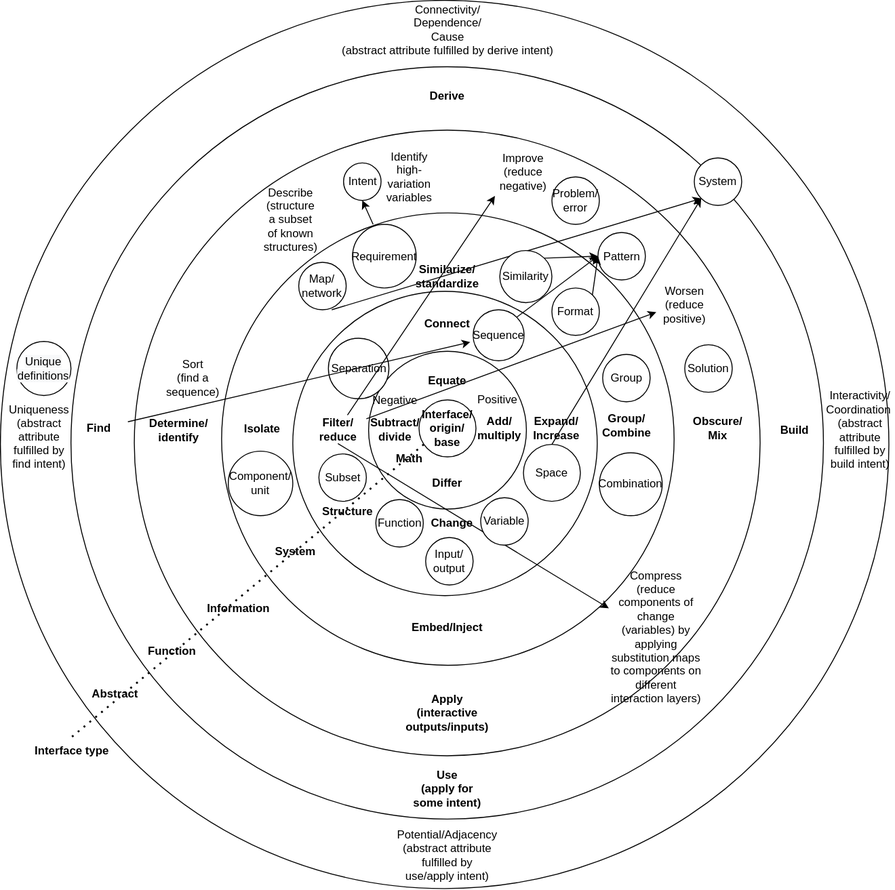
The draw.io diagram docs/objects/Interface_structure_system_diagram.svg in outdreamer/build-a-cure, before a commit. Source tidied: cells renumbered, new cells last; positions are measured from the earlier drawing's top-left corner, leaving out a move shared by most shapes.
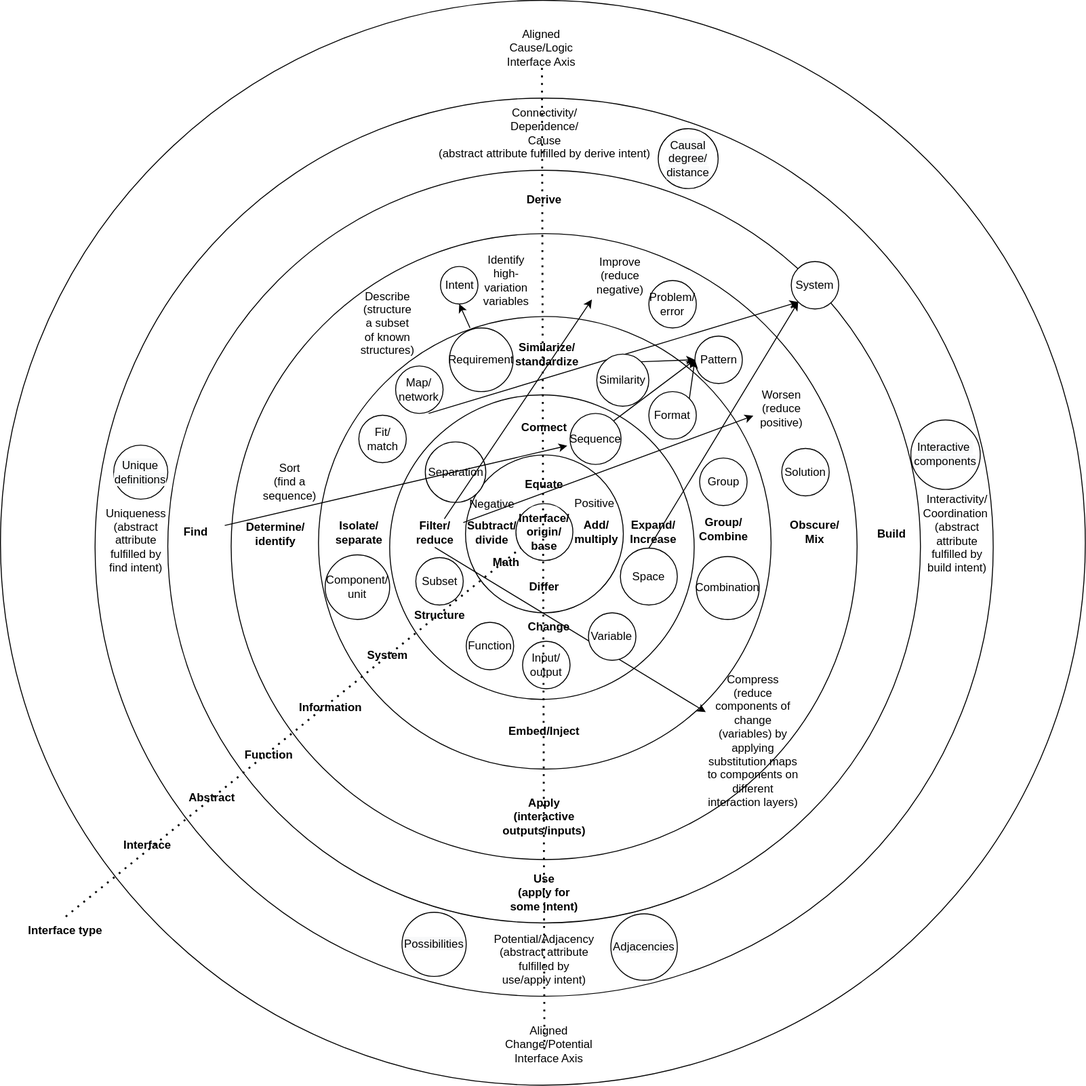
The same diagram one commit later.

Change to the diagram source:
```diff
@@ -2,8 +2,11 @@
   <root>
     <mxCell id="0" />
     <mxCell id="1" parent="0" />
+    <mxCell id="78" style="ellipse;whiteSpace=wrap;html=1;" parent="1" vertex="1">
+      <mxGeometry x="-102" y="-109.1" width="1142.8" height="1142.8" as="geometry" />
+    </mxCell>
     <mxCell id="2" style="ellipse;whiteSpace=wrap;html=1;" parent="1" vertex="1">
-      <mxGeometry y="-0.1" width="936.1" height="936.1" as="geometry" />
+      <mxGeometry x="-2.4" y="-6.2" width="946.1" height="946.1" as="geometry" />
     </mxCell>
     <mxCell id="3" style="ellipse;whiteSpace=wrap;html=1;" parent="1" vertex="1">
       <mxGeometry x="74.3" y="69.9" width="792.8" height="792.8" as="geometry" />
@@ -59,7 +62,7 @@
     <mxCell id="20" value="Differ" style="text;html=1;strokeColor=none;fillColor=none;align=center;verticalAlign=middle;whiteSpace=wrap;rounded=0;fontStyle=1;" parent="1" vertex="1">
       <mxGeometry x="441" y="494" width="60" height="30" as="geometry" />
     </mxCell>
-    <mxCell id="21" value="Isolate" style="text;html=1;strokeColor=none;fillColor=none;align=center;verticalAlign=middle;whiteSpace=wrap;rounded=0;fontStyle=1;" parent="1" vertex="1">
+    <mxCell id="21" value="Isolate/&lt;br&gt;separate" style="text;html=1;strokeColor=none;fillColor=none;align=center;verticalAlign=middle;whiteSpace=wrap;rounded=0;fontStyle=1;" parent="1" vertex="1">
       <mxGeometry x="246.2" y="437" width="60" height="30" as="geometry" />
     </mxCell>
     <mxCell id="22" value="Compress&lt;br&gt;(reduce components of change (variables) by applying substitution maps to components on different interaction layers)" style="text;html=1;strokeColor=none;fillColor=none;align=center;verticalAlign=middle;whiteSpace=wrap;rounded=0;" parent="1" vertex="1">
@@ -90,7 +93,7 @@
       <mxGeometry relative="1" as="geometry" />
     </mxCell>
     <mxCell id="31" value="Similarize/&lt;br&gt;standardize" style="text;html=1;strokeColor=none;fillColor=none;align=center;verticalAlign=middle;whiteSpace=wrap;rounded=0;fontStyle=1;" parent="1" vertex="1">
-      <mxGeometry x="441" y="276" width="60" height="30" as="geometry" />
+      <mxGeometry x="444" y="249" width="60" height="30" as="geometry" />
     </mxCell>
     <mxCell id="32" value="Describe (structure a subset of known structures)" style="text;html=1;strokeColor=none;fillColor=none;align=center;verticalAlign=middle;whiteSpace=wrap;rounded=0;" parent="1" vertex="1">
       <mxGeometry x="275.5" y="216" width="60" height="30" as="geometry" />
@@ -108,10 +111,10 @@
       <mxGeometry x="335.5" y="477.9" width="50" height="50" as="geometry" />
     </mxCell>
     <mxCell id="37" value="Variable" style="ellipse;whiteSpace=wrap;html=1;" parent="1" vertex="1">
-      <mxGeometry x="506" y="524" width="50" height="50" as="geometry" />
+      <mxGeometry x="517.4" y="536" width="50" height="50" as="geometry" />
     </mxCell>
     <mxCell id="38" value="Function" style="ellipse;whiteSpace=wrap;html=1;" parent="1" vertex="1">
-      <mxGeometry x="395.5" y="526" width="50" height="50" as="geometry" />
+      <mxGeometry x="388.6" y="546" width="50" height="50" as="geometry" />
     </mxCell>
     <mxCell id="39" value="Separation" style="ellipse;whiteSpace=wrap;html=1;" parent="1" vertex="1">
       <mxGeometry x="345.5" y="356" width="63.8" height="63.8" as="geometry" />
@@ -182,19 +185,19 @@
       <mxGeometry x="422" y="886" width="98" height="30" as="geometry" />
     </mxCell>
     <mxCell id="61" value="Information" style="text;html=1;strokeColor=none;fillColor=none;align=center;verticalAlign=middle;whiteSpace=wrap;rounded=0;fontStyle=1;" parent="1" vertex="1">
-      <mxGeometry x="221" y="626" width="60" height="30" as="geometry" />
+      <mxGeometry x="216" y="621" width="60" height="30" as="geometry" />
     </mxCell>
     <mxCell id="62" value="Structure" style="text;html=1;strokeColor=none;fillColor=none;align=center;verticalAlign=middle;whiteSpace=wrap;rounded=0;fontStyle=1;" parent="1" vertex="1">
-      <mxGeometry x="335.5" y="523.9" width="60" height="30" as="geometry" />
+      <mxGeometry x="330.5" y="523.9" width="60" height="30" as="geometry" />
     </mxCell>
     <mxCell id="63" value="Math" style="text;html=1;strokeColor=none;fillColor=none;align=center;verticalAlign=middle;whiteSpace=wrap;rounded=0;fontStyle=1;" parent="1" vertex="1">
       <mxGeometry x="401" y="467.9" width="60" height="30" as="geometry" />
     </mxCell>
     <mxCell id="64" value="System" style="text;html=1;strokeColor=none;fillColor=none;align=center;verticalAlign=middle;whiteSpace=wrap;rounded=0;fontStyle=1;" parent="1" vertex="1">
-      <mxGeometry x="281" y="566" width="60" height="30" as="geometry" />
+      <mxGeometry x="276" y="566" width="60" height="30" as="geometry" />
     </mxCell>
     <mxCell id="65" value="Interface type" style="text;html=1;strokeColor=none;fillColor=none;align=center;verticalAlign=middle;whiteSpace=wrap;rounded=0;fontStyle=1;" parent="1" vertex="1">
-      <mxGeometry x="24.9" y="776" width="101" height="30" as="geometry" />
+      <mxGeometry x="-83.7" y="856" width="101" height="30" as="geometry" />
     </mxCell>
     <mxCell id="66" value="Function" style="text;html=1;strokeColor=none;fillColor=none;align=center;verticalAlign=middle;whiteSpace=wrap;rounded=0;fontStyle=1;" parent="1" vertex="1">
       <mxGeometry x="151" y="670.6" width="60" height="30" as="geometry" />
@@ -232,5 +235,34 @@
     <mxCell id="77" value="Obscure/&lt;br&gt;Mix" style="text;html=1;strokeColor=none;fillColor=none;align=center;verticalAlign=middle;whiteSpace=wrap;rounded=0;fontStyle=1;" parent="1" vertex="1">
       <mxGeometry x="726" y="436" width="60" height="30" as="geometry" />
     </mxCell>
+    <mxCell id="79" value="&lt;span style=&quot;color: rgb(0 , 0 , 0) ; font-family: &amp;#34;helvetica&amp;#34; ; font-size: 12px ; font-style: normal ; font-weight: 400 ; letter-spacing: normal ; text-align: center ; text-indent: 0px ; text-transform: none ; word-spacing: 0px ; background-color: rgb(248 , 249 , 250) ; display: inline ; float: none&quot;&gt;Interactive&amp;nbsp;&lt;br&gt;components&lt;br&gt;&lt;/span&gt;" style="ellipse;whiteSpace=wrap;html=1;" parent="1" vertex="1">
+      <mxGeometry x="857" y="332.9" width="73.1" height="73.1" as="geometry" />
+    </mxCell>
+    <mxCell id="80" value="&lt;span style=&quot;color: rgb(0 , 0 , 0) ; font-family: &amp;#34;helvetica&amp;#34; ; font-size: 12px ; font-style: normal ; font-weight: 400 ; letter-spacing: normal ; text-align: center ; text-indent: 0px ; text-transform: none ; word-spacing: 0px ; background-color: rgb(248 , 249 , 250) ; display: inline ; float: none&quot;&gt;Causal&lt;br&gt;degree/&lt;br&gt;distance&lt;br&gt;&lt;/span&gt;" style="ellipse;whiteSpace=wrap;html=1;" parent="1" vertex="1">
+      <mxGeometry x="590.9" y="26" width="63.1" height="63.1" as="geometry" />
+    </mxCell>
+    <mxCell id="81" value="&lt;span style=&quot;color: rgb(0 , 0 , 0) ; font-family: &amp;#34;helvetica&amp;#34; ; font-size: 12px ; font-style: normal ; font-weight: 400 ; letter-spacing: normal ; text-align: center ; text-indent: 0px ; text-transform: none ; word-spacing: 0px ; background-color: rgb(248 , 249 , 250) ; display: inline ; float: none&quot;&gt;Adjacencies&lt;br&gt;&lt;/span&gt;" style="ellipse;whiteSpace=wrap;html=1;" parent="1" vertex="1">
+      <mxGeometry x="541" y="853.1" width="70" height="70" as="geometry" />
+    </mxCell>
+    <mxCell id="82" value="&lt;span style=&quot;color: rgb(0 , 0 , 0) ; font-family: &amp;#34;helvetica&amp;#34; ; font-size: 12px ; font-style: normal ; font-weight: 400 ; letter-spacing: normal ; text-align: center ; text-indent: 0px ; text-transform: none ; word-spacing: 0px ; background-color: rgb(248 , 249 , 250) ; display: inline ; float: none&quot;&gt;Possibilities&lt;br&gt;&lt;/span&gt;" style="ellipse;whiteSpace=wrap;html=1;" parent="1" vertex="1">
+      <mxGeometry x="321" y="851.5" width="67.6" height="67.6" as="geometry" />
+    </mxCell>
+    <mxCell id="83" style="endArrow=none;dashed=1;html=1;dashPattern=1 3;strokeWidth=2;rounded=0;entryX=0.5;entryY=1;entryDx=0;entryDy=0;" parent="1" edge="1" target="87">
+      <mxGeometry relative="1" as="geometry">
+        <mxPoint x="471" y="996" as="sourcePoint" />
+      </mxGeometry>
+    </mxCell>
+    <mxCell id="84" value="Aligned&lt;br&gt;Change/Potential&lt;br&gt;Interface Axis" style="text;html=1;strokeColor=none;fillColor=none;align=center;verticalAlign=middle;whiteSpace=wrap;rounded=0;" parent="1" vertex="1">
+      <mxGeometry x="426.5" y="976" width="98" height="30" as="geometry" />
+    </mxCell>
+    <mxCell id="85" value="Fit/&lt;br&gt;match" style="ellipse;whiteSpace=wrap;html=1;" parent="1" vertex="1">
+      <mxGeometry x="275.5" y="327.9" width="50" height="50" as="geometry" />
+    </mxCell>
+    <mxCell id="86" value="Interface" style="text;html=1;strokeColor=none;fillColor=none;align=center;verticalAlign=middle;whiteSpace=wrap;rounded=0;fontStyle=1;" parent="1" vertex="1">
+      <mxGeometry x="23.3" y="766" width="60" height="30" as="geometry" />
+    </mxCell>
+    <mxCell id="87" value="Aligned&lt;br&gt;Cause/Logic&lt;br&gt;Interface Axis" style="text;html=1;strokeColor=none;fillColor=none;align=center;verticalAlign=middle;whiteSpace=wrap;rounded=0;" parent="1" vertex="1">
+      <mxGeometry x="419.4" y="-74" width="98" height="30" as="geometry" />
+    </mxCell>
   </root>
 </mxGraphModel>
```
